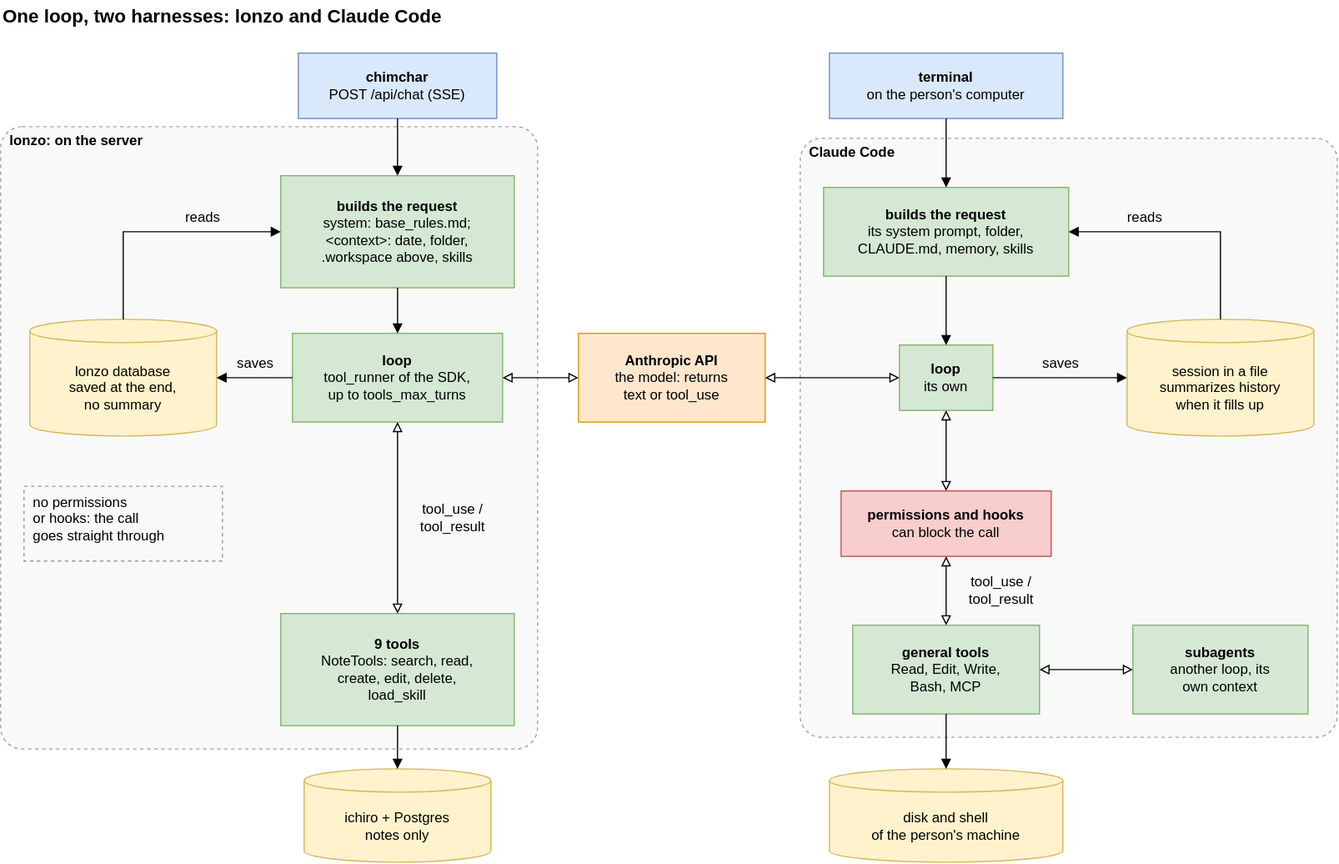
LuccaRh/NoteProject keeps this draw.io diagram as ai/kb/diagramas/harness-do-readme.drawio.svg. Above is the earlier version. Source tidied: cells renumbered, new cells last; positions are measured from the earlier drawing's top-left corner, leaving out a move shared by most shapes.
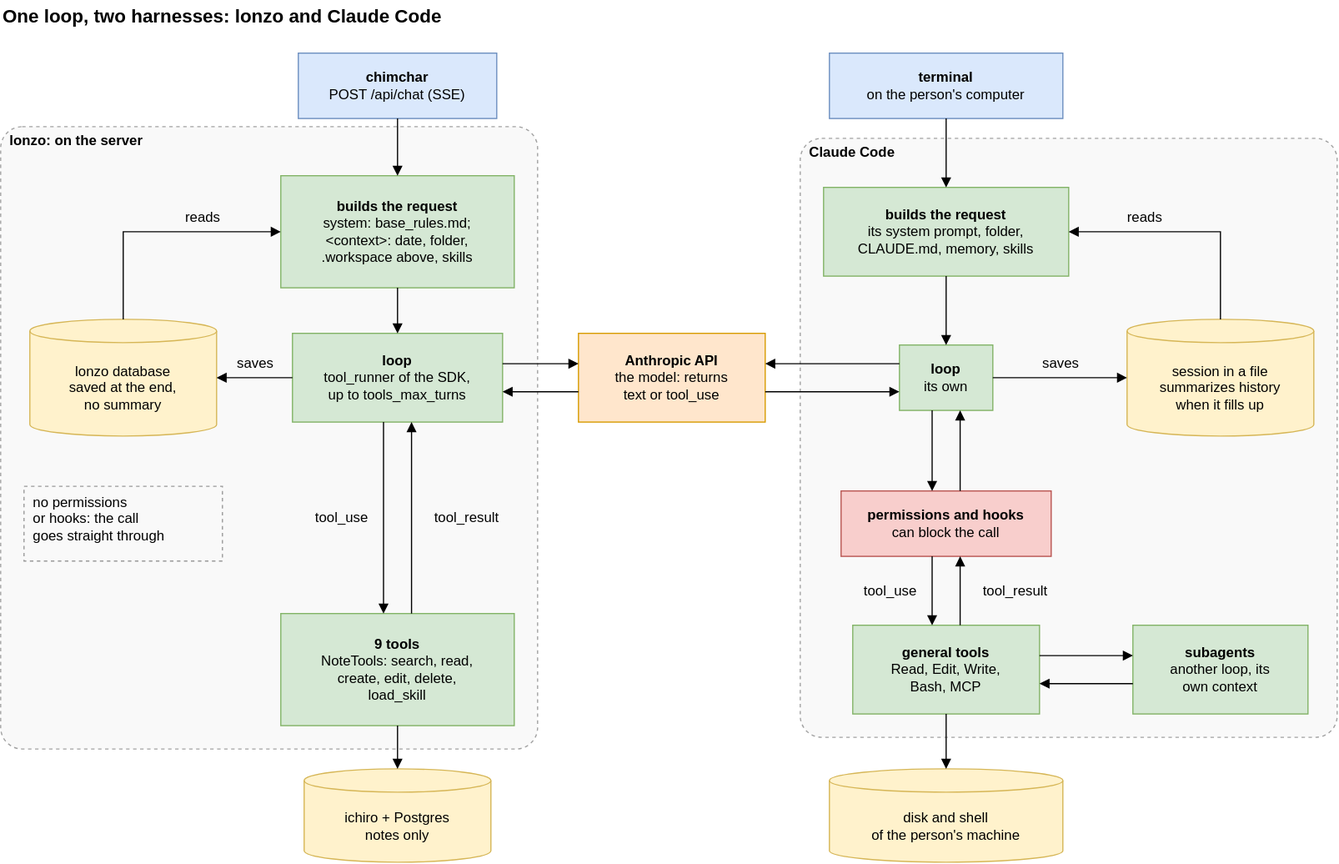
The same diagram one commit later.

Commit message:
[docs] Update the README with app recordings and a two-way harness loop

The edit, as a diff of the source:
```diff
@@ -86,81 +86,117 @@
         <mxPoint x="185" y="323" as="targetPoint" />
       </mxGeometry>
     </mxCell>
-    <mxCell id="25" style="html=1;rounded=0;endArrow=block;endFill=0;startArrow=block;startFill=0;" parent="1" edge="1">
+    <mxCell id="25" style="html=1;rounded=0;endArrow=block;endFill=1;startArrow=none;" parent="1" edge="1">
       <mxGeometry relative="1" as="geometry">
-        <mxPoint x="430" y="323" as="sourcePoint" />
-        <mxPoint x="495" y="323" as="targetPoint" />
+        <mxPoint x="430" y="311" as="sourcePoint" />
+        <mxPoint x="495" y="311" as="targetPoint" />
       </mxGeometry>
     </mxCell>
-    <mxCell id="26" style="html=1;rounded=0;endArrow=block;endFill=0;startArrow=block;startFill=0;" parent="1" edge="1">
+    <mxCell id="26" style="html=1;rounded=0;endArrow=block;endFill=1;startArrow=none;" parent="1" edge="1">
       <mxGeometry relative="1" as="geometry">
-        <mxPoint x="340" y="361" as="sourcePoint" />
-        <mxPoint x="340" y="525" as="targetPoint" />
+        <mxPoint x="495" y="335" as="sourcePoint" />
+        <mxPoint x="430" y="335" as="targetPoint" />
       </mxGeometry>
     </mxCell>
     <mxCell id="27" style="html=1;rounded=0;endArrow=block;endFill=1;startArrow=none;" parent="1" edge="1">
       <mxGeometry relative="1" as="geometry">
-        <mxPoint x="340" y="621" as="sourcePoint" />
-        <mxPoint x="340" y="658" as="targetPoint" />
+        <mxPoint x="328" y="361" as="sourcePoint" />
+        <mxPoint x="328" y="525" as="targetPoint" />
       </mxGeometry>
     </mxCell>
     <mxCell id="28" style="html=1;rounded=0;endArrow=block;endFill=1;startArrow=none;" parent="1" edge="1">
       <mxGeometry relative="1" as="geometry">
-        <mxPoint x="810" y="101" as="sourcePoint" />
-        <mxPoint x="810" y="160" as="targetPoint" />
+        <mxPoint x="352" y="525" as="sourcePoint" />
+        <mxPoint x="352" y="361" as="targetPoint" />
       </mxGeometry>
     </mxCell>
     <mxCell id="29" style="html=1;rounded=0;endArrow=block;endFill=1;startArrow=none;" parent="1" edge="1">
       <mxGeometry relative="1" as="geometry">
-        <mxPoint x="810" y="236" as="sourcePoint" />
-        <mxPoint x="810" y="295" as="targetPoint" />
+        <mxPoint x="340" y="621" as="sourcePoint" />
+        <mxPoint x="340" y="658" as="targetPoint" />
       </mxGeometry>
     </mxCell>
     <mxCell id="30" style="html=1;rounded=0;endArrow=block;endFill=1;startArrow=none;" parent="1" edge="1">
       <mxGeometry relative="1" as="geometry">
-        <mxPoint x="1045" y="273" as="sourcePoint" />
-        <mxPoint x="915" y="198" as="targetPoint" />
-        <Array as="points">
-          <mxPoint x="1045" y="198" />
-        </Array>
+        <mxPoint x="810" y="101" as="sourcePoint" />
+        <mxPoint x="810" y="160" as="targetPoint" />
       </mxGeometry>
     </mxCell>
     <mxCell id="31" style="html=1;rounded=0;endArrow=block;endFill=1;startArrow=none;" parent="1" edge="1">
       <mxGeometry relative="1" as="geometry">
-        <mxPoint x="850" y="323" as="sourcePoint" />
-        <mxPoint x="965" y="323" as="targetPoint" />
+        <mxPoint x="810" y="236" as="sourcePoint" />
+        <mxPoint x="810" y="295" as="targetPoint" />
       </mxGeometry>
     </mxCell>
-    <mxCell id="32" style="html=1;rounded=0;endArrow=block;endFill=0;startArrow=block;startFill=0;" parent="1" edge="1">
+    <mxCell id="32" style="html=1;rounded=0;endArrow=block;endFill=1;startArrow=none;" parent="1" edge="1">
       <mxGeometry relative="1" as="geometry">
-        <mxPoint x="770" y="323" as="sourcePoint" />
-        <mxPoint x="655" y="323" as="targetPoint" />
+        <mxPoint x="1045" y="273" as="sourcePoint" />
+        <mxPoint x="915" y="198" as="targetPoint" />
+        <Array as="points">
+          <mxPoint x="1045" y="198" />
+        </Array>
       </mxGeometry>
     </mxCell>
-    <mxCell id="33" style="html=1;rounded=0;endArrow=block;endFill=0;startArrow=block;startFill=0;" parent="1" edge="1">
+    <mxCell id="33" style="html=1;rounded=0;endArrow=block;endFill=1;startArrow=none;" parent="1" edge="1">
       <mxGeometry relative="1" as="geometry">
-        <mxPoint x="810" y="351" as="sourcePoint" />
-        <mxPoint x="810" y="420" as="targetPoint" />
+        <mxPoint x="850" y="323" as="sourcePoint" />
+        <mxPoint x="965" y="323" as="targetPoint" />
       </mxGeometry>
     </mxCell>
-    <mxCell id="34" style="html=1;rounded=0;endArrow=block;endFill=0;startArrow=block;startFill=0;" parent="1" edge="1">
+    <mxCell id="34" style="html=1;rounded=0;endArrow=block;endFill=1;startArrow=none;" parent="1" edge="1">
       <mxGeometry relative="1" as="geometry">
-        <mxPoint x="810" y="476" as="sourcePoint" />
-        <mxPoint x="810" y="535" as="targetPoint" />
+        <mxPoint x="770" y="311" as="sourcePoint" />
+        <mxPoint x="655" y="311" as="targetPoint" />
       </mxGeometry>
     </mxCell>
-    <mxCell id="35" style="html=1;rounded=0;endArrow=block;endFill=0;startArrow=block;startFill=0;" parent="1" edge="1">
+    <mxCell id="35" style="html=1;rounded=0;endArrow=block;endFill=1;startArrow=none;" parent="1" edge="1">
       <mxGeometry relative="1" as="geometry">
-        <mxPoint x="890" y="573" as="sourcePoint" />
-        <mxPoint x="970" y="573" as="targetPoint" />
+        <mxPoint x="655" y="335" as="sourcePoint" />
+        <mxPoint x="770" y="335" as="targetPoint" />
       </mxGeometry>
     </mxCell>
     <mxCell id="36" style="html=1;rounded=0;endArrow=block;endFill=1;startArrow=none;" parent="1" edge="1">
       <mxGeometry relative="1" as="geometry">
-        <mxPoint x="810" y="611" as="sourcePoint" />
-        <mxPoint x="810" y="658" as="targetPoint" />
+        <mxPoint x="798" y="351" as="sourcePoint" />
+        <mxPoint x="798" y="420" as="targetPoint" />
       </mxGeometry>
     </mxCell>
+    <mxCell id="45" style="html=1;rounded=0;endArrow=block;endFill=1;startArrow=none;" parent="1" edge="1">
+      <mxGeometry relative="1" as="geometry">
+        <mxPoint x="822" y="420" as="sourcePoint" />
+        <mxPoint x="822" y="351" as="targetPoint" />
+      </mxGeometry>
+    </mxCell>
+    <mxCell id="46" style="html=1;rounded=0;endArrow=block;endFill=1;startArrow=none;" parent="1" edge="1">
+      <mxGeometry relative="1" as="geometry">
+        <mxPoint x="798" y="476" as="sourcePoint" />
+        <mxPoint x="798" y="535" as="targetPoint" />
+      </mxGeometry>
+    </mxCell>
+    <mxCell id="47" style="html=1;rounded=0;endArrow=block;endFill=1;startArrow=none;" parent="1" edge="1">
+      <mxGeometry relative="1" as="geometry">
+        <mxPoint x="822" y="535" as="sourcePoint" />
+        <mxPoint x="822" y="476" as="targetPoint" />
+      </mxGeometry>
+    </mxCell>
+    <mxCell id="48" style="html=1;rounded=0;endArrow=block;endFill=1;startArrow=none;" parent="1" edge="1">
+      <mxGeometry relative="1" as="geometry">
+        <mxPoint x="890" y="561" as="sourcePoint" />
+        <mxPoint x="970" y="561" as="targetPoint" />
+      </mxGeometry>
+    </mxCell>
+    <mxCell id="49" style="html=1;rounded=0;endArrow=block;endFill=1;startArrow=none;" parent="1" edge="1">
+      <mxGeometry relative="1" as="geometry">
+        <mxPoint x="970" y="585" as="sourcePoint" />
+        <mxPoint x="890" y="585" as="targetPoint" />
+      </mxGeometry>
+    </mxCell>
+    <mxCell id="50" style="html=1;rounded=0;endArrow=block;endFill=1;startArrow=none;" parent="1" edge="1">
+      <mxGeometry relative="1" as="geometry">
+        <mxPoint x="810" y="611" as="sourcePoint" />
+        <mxPoint x="810" y="658" as="targetPoint" />
+      </mxGeometry>
+    </mxCell>
     <mxCell id="37" value="&lt;b&gt;lonzo: on the server&lt;/b&gt;" style="text;html=1;align=left;verticalAlign=middle;fontSize=12;" parent="1" vertex="1">
       <mxGeometry x="6" y="111" width="156" height="18" as="geometry" />
     </mxCell>
@@ -173,17 +209,23 @@
     <mxCell id="40" value="saves" style="text;html=1;align=center;verticalAlign=middle;fontSize=12;" parent="1" vertex="1">
       <mxGeometry x="192" y="302" width="51" height="18" as="geometry" />
     </mxCell>
-    <mxCell id="41" value="tool_use /&lt;br&gt;tool_result" style="text;html=1;align=center;verticalAlign=middle;fontSize=12;" parent="1" vertex="1">
-      <mxGeometry x="344" y="425" width="86" height="36" as="geometry" />
-    </mxCell>
+    <mxCell id="51" value="tool_use" style="text;html=1;align=center;verticalAlign=middle;fontSize=12;" parent="1" vertex="1">
+      <mxGeometry x="259" y="434" width="65" height="18" as="geometry" />
+    </mxCell>
+    <mxCell id="52" value="tool_result" style="text;html=1;align=center;verticalAlign=middle;fontSize=12;" parent="1" vertex="1">
+      <mxGeometry x="356" y="434" width="86" height="18" as="geometry" />
+    </mxCell>
     <mxCell id="42" value="reads" style="text;html=1;align=center;verticalAlign=middle;fontSize=12;" parent="1" vertex="1">
       <mxGeometry x="954" y="177" width="51" height="18" as="geometry" />
     </mxCell>
     <mxCell id="43" value="saves" style="text;html=1;align=center;verticalAlign=middle;fontSize=12;" parent="1" vertex="1">
       <mxGeometry x="882" y="302" width="51" height="18" as="geometry" />
     </mxCell>
-    <mxCell id="44" value="tool_use /&lt;br&gt;tool_result" style="text;html=1;align=center;verticalAlign=middle;fontSize=12;" parent="1" vertex="1">
-      <mxGeometry x="814" y="487" width="86" height="36" as="geometry" />
-    </mxCell>
+    <mxCell id="53" value="tool_use" style="text;html=1;align=center;verticalAlign=middle;fontSize=12;" parent="1" vertex="1">
+      <mxGeometry x="729" y="497" width="65" height="18" as="geometry" />
+    </mxCell>
+    <mxCell id="54" value="tool_result" style="text;html=1;align=center;verticalAlign=middle;fontSize=12;" parent="1" vertex="1">
+      <mxGeometry x="826" y="497" width="86" height="18" as="geometry" />
+    </mxCell>
   </root>
 </mxGraphModel>
```
